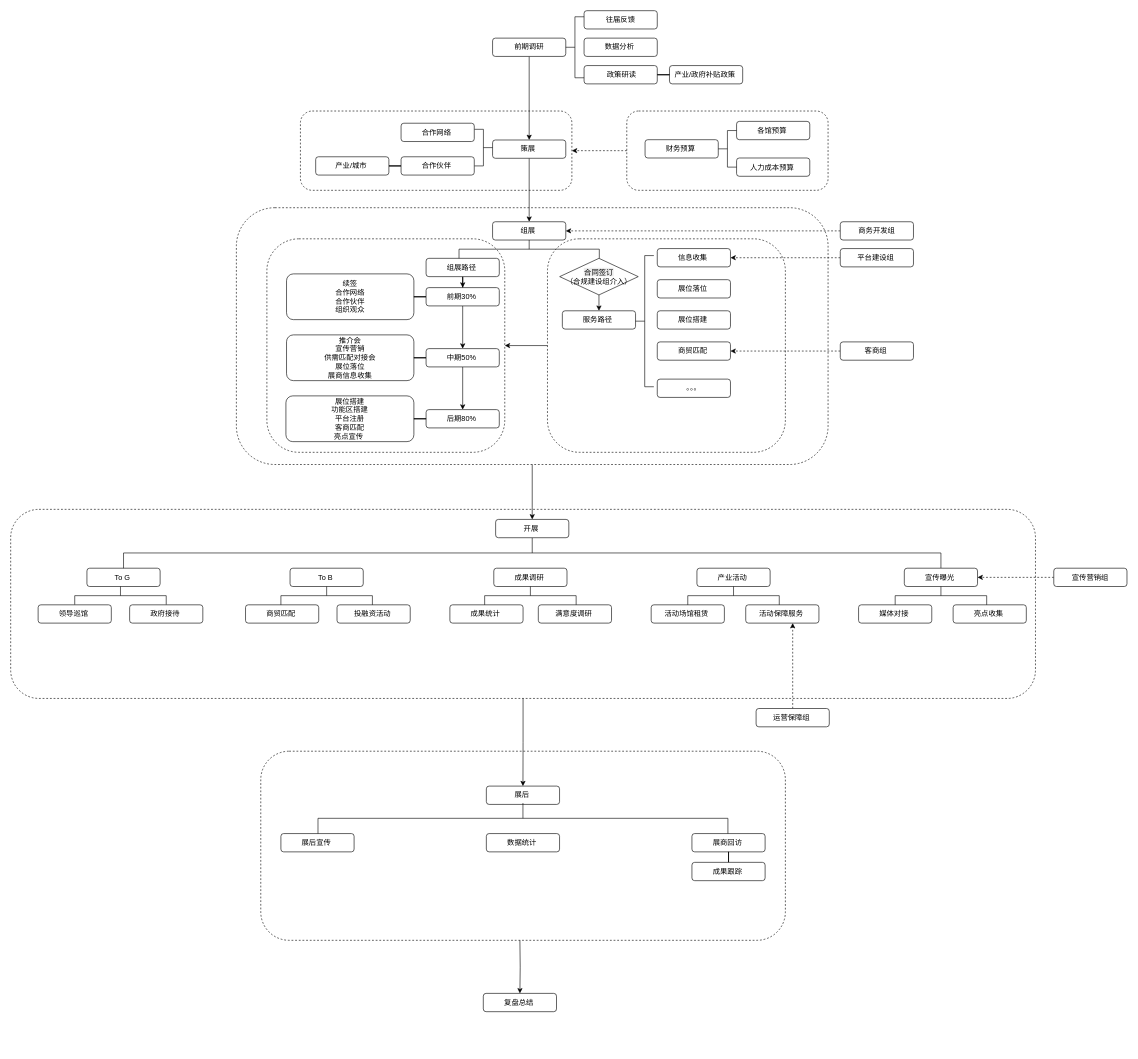
Qikiiii/Agent-Reach keeps this draw.io diagram as 未命名绘图.drawio. Above is the earlier version. Source tidied: cells renumbered, new cells numbered last; positions are measured from the earlier drawing's top-left corner, leaving out a move shared by most shapes. Both pictures are drawn from the tidied source at 61%, with x=0, y=0 at pixel (10, 10).
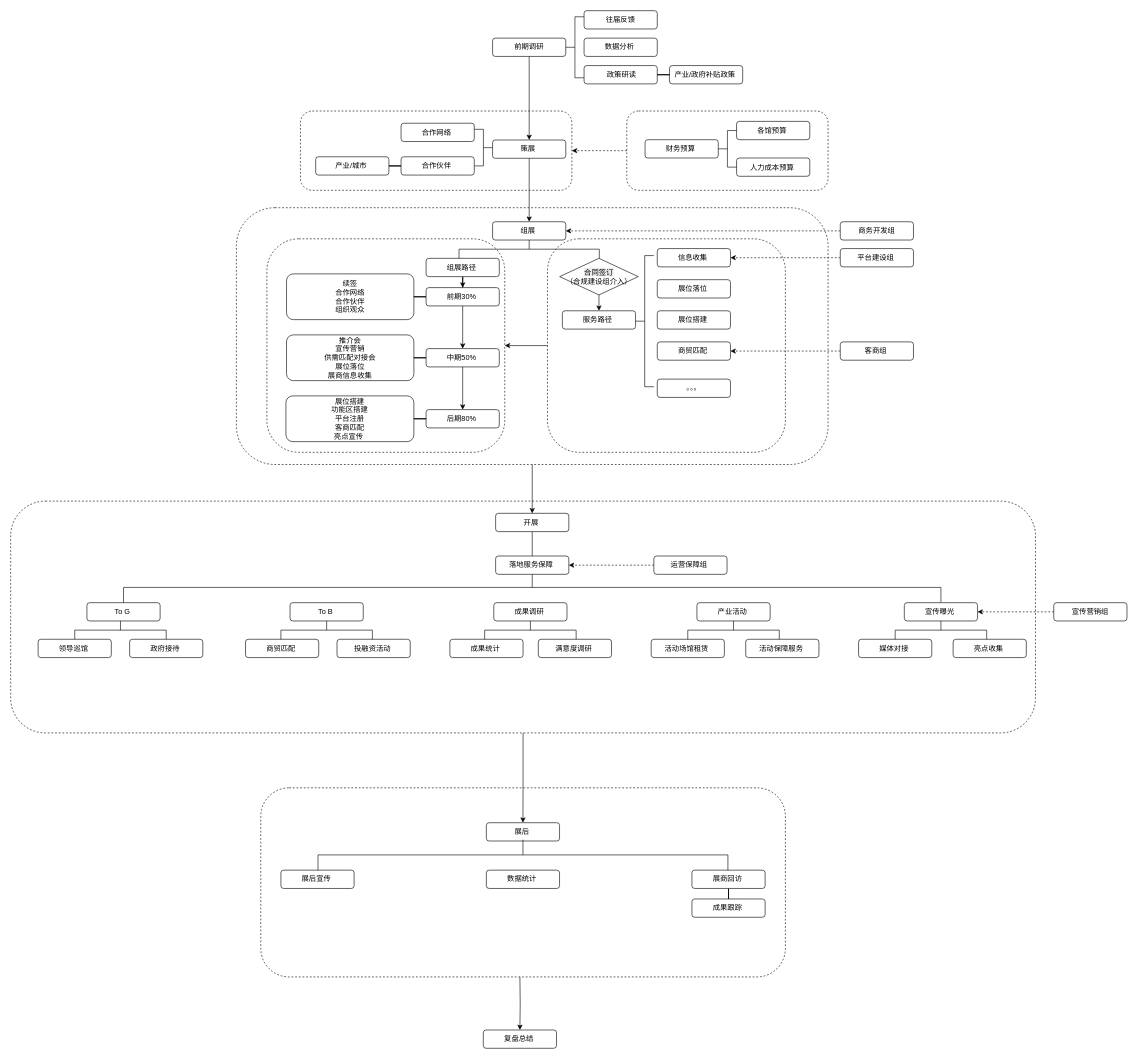
Above is the later version.

Commit message (it also covers changes not shown here):
更新未命名绘图.drawio

Change to the diagram source:
```diff
@@
     <mxCell id="2" style="rounded=1;whiteSpace=wrap;html=1;roundedPerimeter=1;fillColor=none;dashed=1;rotation=360;" parent="1" vertex="1">
-      <mxGeometry x="410" y="1214" width="860" height="310" as="geometry" />
+      <mxGeometry x="410" y="1274" width="860" height="310" as="geometry" />
     </mxCell>
     <mxCell id="3" style="rounded=1;whiteSpace=wrap;html=1;roundedPerimeter=1;fillColor=none;dashed=1;rotation=360;" parent="1" vertex="1">
-      <mxGeometry y="817.5" width="1680" height="310" as="geometry" />
+      <mxGeometry y="804" width="1680" height="380" as="geometry" />
     </mxCell>
@@
     <mxCell id="9" value="To G&amp;nbsp;" style="rounded=1;whiteSpace=wrap;html=1;" parent="1" vertex="1">
-      <mxGeometry x="125" y="914" width="120" height="30" as="geometry" />
+      <mxGeometry x="125" y="970.5" width="120" height="30" as="geometry" />
     </mxCell>
     <mxCell id="10" value="To B&amp;nbsp;" style="rounded=1;whiteSpace=wrap;html=1;" parent="1" vertex="1">
-      <mxGeometry x="458" y="914" width="120" height="30" as="geometry" />
+      <mxGeometry x="458" y="970.5" width="120" height="30" as="geometry" />
     </mxCell>
     <mxCell id="11" style="strokeWidth=1;html=1;shape=mxgraph.flowchart.annotation_2;align=left;labelPosition=right;labelPerimeter=1;direction=south;" parent="1" vertex="1">
-      <mxGeometry x="185" y="864" width="1340" height="50" as="geometry" />
+      <mxGeometry x="185" y="920.5" width="1340" height="50" as="geometry" />
     </mxCell>
     <mxCell id="12" value="商贸匹配&amp;nbsp;" style="rounded=1;whiteSpace=wrap;html=1;" parent="1" vertex="1">
-      <mxGeometry x="385" y="974" width="120" height="30" as="geometry" />
+      <mxGeometry x="385" y="1030.5" width="120" height="30" as="geometry" />
     </mxCell>
     <mxCell id="13" value="投融资活动&amp;nbsp;" style="rounded=1;whiteSpace=wrap;html=1;" parent="1" vertex="1">
-      <mxGeometry x="535" y="974" width="120" height="30" as="geometry" />
+      <mxGeometry x="535" y="1030.5" width="120" height="30" as="geometry" />
     </mxCell>
     <mxCell id="14" style="strokeWidth=1;html=1;shape=mxgraph.flowchart.annotation_2;align=left;labelPosition=right;labelPerimeter=1;direction=south;" parent="1" vertex="1">
-      <mxGeometry x="105" y="944" width="150" height="30" as="geometry" />
+      <mxGeometry x="105" y="1000.5" width="150" height="30" as="geometry" />
     </mxCell>
     <mxCell id="15" value="领导巡馆&amp;nbsp;" style="rounded=1;whiteSpace=wrap;html=1;" parent="1" vertex="1">
-      <mxGeometry x="45" y="974" width="120" height="30" as="geometry" />
+      <mxGeometry x="45" y="1030.5" width="120" height="30" as="geometry" />
     </mxCell>
     <mxCell id="16" value="政府接待&amp;nbsp;" style="rounded=1;whiteSpace=wrap;html=1;" parent="1" vertex="1">
-      <mxGeometry x="195" y="974" width="120" height="30" as="geometry" />
+      <mxGeometry x="195" y="1030.5" width="120" height="30" as="geometry" />
     </mxCell>
     <mxCell id="17" value="成果调研&amp;nbsp;" style="rounded=1;whiteSpace=wrap;html=1;" parent="1" vertex="1">
-      <mxGeometry x="792" y="914" width="120" height="30" as="geometry" />
+      <mxGeometry x="792" y="970.5" width="120" height="30" as="geometry" />
     </mxCell>
     <mxCell id="18" value="成果统计&amp;nbsp;" style="rounded=1;whiteSpace=wrap;html=1;" parent="1" vertex="1">
-      <mxGeometry x="720" y="974" width="120" height="30" as="geometry" />
+      <mxGeometry x="720" y="1030.5" width="120" height="30" as="geometry" />
     </mxCell>
     <mxCell id="19" value="满意度调研&amp;nbsp;" style="rounded=1;whiteSpace=wrap;html=1;" parent="1" vertex="1">
-      <mxGeometry x="865" y="974" width="120" height="30" as="geometry" />
+      <mxGeometry x="865" y="1030.5" width="120" height="30" as="geometry" />
     </mxCell>
     <mxCell id="20" value="&lt;div&gt;产业活动&amp;nbsp;&lt;br&gt;&lt;/div&gt;" style="rounded=1;whiteSpace=wrap;html=1;" parent="1" vertex="1">
-      <mxGeometry x="1125" y="914" width="120" height="30" as="geometry" />
+      <mxGeometry x="1125" y="970.5" width="120" height="30" as="geometry" />
     </mxCell>
     <mxCell id="21" value="活动场馆租赁&amp;nbsp;" style="rounded=1;whiteSpace=wrap;html=1;" parent="1" vertex="1">
-      <mxGeometry x="1050" y="974" width="120" height="30" as="geometry" />
+      <mxGeometry x="1050" y="1030.5" width="120" height="30" as="geometry" />
     </mxCell>
     <mxCell id="22" value="活动保障服务&amp;nbsp;" style="rounded=1;whiteSpace=wrap;html=1;" parent="1" vertex="1">
-      <mxGeometry x="1205" y="974" width="120" height="30" as="geometry" />
+      <mxGeometry x="1205" y="1030.5" width="120" height="30" as="geometry" />
     </mxCell>
     <mxCell id="23" style="strokeWidth=1;html=1;shape=mxgraph.flowchart.annotation_2;align=left;labelPosition=right;labelPerimeter=1;direction=south;" parent="1" vertex="1">
-      <mxGeometry x="443" y="944" width="150" height="30" as="geometry" />
+      <mxGeometry x="443" y="1000.5" width="150" height="30" as="geometry" />
     </mxCell>
     <mxCell id="24" style="strokeWidth=1;html=1;shape=mxgraph.flowchart.annotation_2;align=left;labelPosition=right;labelPerimeter=1;direction=south;" parent="1" vertex="1">
-      <mxGeometry x="777" y="944" width="150" height="30" as="geometry" />
+      <mxGeometry x="777" y="1000.5" width="150" height="30" as="geometry" />
     </mxCell>
     <mxCell id="25" value=" " style="strokeWidth=1;html=1;shape=mxgraph.flowchart.annotation_2;align=left;labelPosition=right;labelPerimeter=1;direction=south;" parent="1" vertex="1">
-      <mxGeometry x="1110" y="944" width="150" height="30" as="geometry" />
+      <mxGeometry x="1110" y="1000.5" width="150" height="30" as="geometry" />
     </mxCell>
@@
+    <mxCell id="99" style="edgeStyle=orthogonalEdgeStyle;rounded=0;jettySize=auto;html=1;defaultLabelBackgroundColor=page;endArrow=none;endFill=0;" parent="1" edge="1" source="73" target="100">
+      <mxGeometry relative="1" as="geometry" />
+    </mxCell>
     <mxCell id="73" value="开展&amp;nbsp;" style="rounded=1;whiteSpace=wrap;html=1;" parent="1" vertex="1">
-      <mxGeometry x="795" y="834" width="120" height="30" as="geometry" />
+      <mxGeometry x="795" y="824" width="120" height="30" as="geometry" />
     </mxCell>
@@
     <mxCell id="75" value="展后&amp;nbsp;" style="rounded=1;whiteSpace=wrap;html=1;" parent="1" vertex="1">
-      <mxGeometry x="779.8" y="1271.2" width="120" height="30" as="geometry" />
+      <mxGeometry x="779.8" y="1331.2" width="120" height="30" as="geometry" />
     </mxCell>
@@
     <mxCell id="77" value="展后宣传&amp;nbsp;" style="rounded=1;whiteSpace=wrap;html=1;flipV=1;legacyAnchorPoints=0;" parent="1" vertex="1">
-      <mxGeometry x="443" y="1349" width="120" height="30" as="geometry" />
+      <mxGeometry x="443" y="1409" width="120" height="30" as="geometry" />
     </mxCell>
     <mxCell id="78" value="数据统计&amp;nbsp;" style="rounded=1;whiteSpace=wrap;html=1;flipV=1;legacyAnchorPoints=0;" parent="1" vertex="1">
-      <mxGeometry x="779.8" y="1349" width="120" height="30" as="geometry" />
+      <mxGeometry x="779.8" y="1409" width="120" height="30" as="geometry" />
     </mxCell>
@@
     <mxCell id="80" value="展商回访&amp;nbsp;" style="rounded=1;whiteSpace=wrap;html=1;flipV=1;legacyAnchorPoints=0;" parent="1" vertex="1">
-      <mxGeometry x="1116.8" y="1349" width="120" height="30" as="geometry" />
+      <mxGeometry x="1116.8" y="1409" width="120" height="30" as="geometry" />
     </mxCell>
     <mxCell id="81" value="成果跟踪&amp;nbsp;" style="rounded=1;whiteSpace=wrap;html=1;flipV=1;legacyAnchorPoints=0;" parent="1" vertex="1">
-      <mxGeometry x="1116.8" y="1396.2" width="120" height="30" as="geometry" />
+      <mxGeometry x="1116.8" y="1456.2" width="120" height="30" as="geometry" />
     </mxCell>
     <mxCell id="82" value="复盘总结&amp;nbsp;" style="rounded=1;whiteSpace=wrap;html=1;flipV=1;legacyAnchorPoints=0;" parent="1" vertex="1">
-      <mxGeometry x="774.8" y="1611" width="120" height="30" as="geometry" />
+      <mxGeometry x="774.8" y="1671" width="120" height="30" as="geometry" />
     </mxCell>
     <mxCell id="83" style="strokeWidth=1;html=1;shape=mxgraph.flowchart.annotation_2;align=left;labelPosition=right;labelPerimeter=1;direction=south;" parent="1" vertex="1">
-      <mxGeometry x="503.8" y="1299" width="672" height="50" as="geometry" />
+      <mxGeometry x="503.8" y="1359" width="672" height="50" as="geometry" />
     </mxCell>
     <mxCell id="84" style="edgeStyle=orthogonalEdgeStyle;rounded=0;jettySize=auto;html=1;defaultLabelBackgroundColor=page;" parent="1" edge="1" target="82">
       <mxGeometry relative="1" as="geometry">
-        <mxPoint x="834.8" y="1524" as="sourcePoint" />
+        <mxPoint x="834.8" y="1584" as="sourcePoint" />
       </mxGeometry>
     </mxCell>
-    <mxCell id="85" style="edgeStyle=orthogonalEdgeStyle;rounded=0;jettySize=auto;html=1;defaultLabelBackgroundColor=page;dashed=1;exitX=0.5;exitY=0;exitDx=0;exitDy=0;" parent="1" edge="1" source="86" target="22">
-      <mxGeometry x="0.15" relative="1" as="geometry">
-        <Array as="points">
-          <mxPoint x="1282" y="1094" />
-          <mxPoint x="1282" y="1094" />
-        </Array>
-      </mxGeometry>
-    </mxCell>
-    <mxCell id="86" value="运营保障组&amp;nbsp;" style="rounded=1;whiteSpace=wrap;html=1;" parent="1" vertex="1">
-      <mxGeometry x="1222" y="1144" width="120" height="30" as="geometry" />
-    </mxCell>
     <mxCell id="87" value="宣传曝光&amp;nbsp;" style="rounded=1;whiteSpace=wrap;html=1;" parent="1" vertex="1">
-      <mxGeometry x="1465" y="914" width="120" height="30" as="geometry" />
+      <mxGeometry x="1465" y="970.5" width="120" height="30" as="geometry" />
     </mxCell>
     <mxCell id="88" value="媒体对接&amp;nbsp;" style="rounded=1;whiteSpace=wrap;html=1;" parent="1" vertex="1">
-      <mxGeometry x="1390" y="974" width="120" height="30" as="geometry" />
+      <mxGeometry x="1390" y="1030.5" width="120" height="30" as="geometry" />
     </mxCell>
     <mxCell id="89" value="亮点收集&amp;nbsp;" style="rounded=1;whiteSpace=wrap;html=1;" parent="1" vertex="1">
-      <mxGeometry x="1545" y="974" width="120" height="30" as="geometry" />
+      <mxGeometry x="1545" y="1030.5" width="120" height="30" as="geometry" />
     </mxCell>
     <mxCell id="90" value=" " style="strokeWidth=1;html=1;shape=mxgraph.flowchart.annotation_2;align=left;labelPosition=right;labelPerimeter=1;direction=south;" parent="1" vertex="1">
-      <mxGeometry x="1450" y="944" width="150" height="30" as="geometry" />
+      <mxGeometry x="1450" y="1000.5" width="150" height="30" as="geometry" />
     </mxCell>
@@
     <mxCell id="96" value="宣传营销组" style="whiteSpace=wrap;html=1;rounded=1;rotation=360;" parent="1" vertex="1">
-      <mxGeometry x="1710" y="914" width="120" height="30" as="geometry" />
+      <mxGeometry x="1710" y="970.5" width="120" height="30" as="geometry" />
     </mxCell>
@@
+    <mxCell id="100" value="落地服务保障&amp;nbsp;" style="rounded=1;whiteSpace=wrap;html=1;" parent="1" vertex="1">
+      <mxGeometry x="795" y="894" width="120" height="30" as="geometry" />
+    </mxCell>
+    <mxCell id="101" style="edgeStyle=orthogonalEdgeStyle;rounded=0;jettySize=auto;html=1;entryX=1;entryY=0.5;entryDx=0;entryDy=0;defaultLabelBackgroundColor=page;dashed=1;" parent="1" edge="1" source="86" target="100">
+      <mxGeometry relative="1" as="geometry" />
+    </mxCell>
+    <mxCell id="86" value="运营保障组&amp;nbsp;" style="rounded=1;whiteSpace=wrap;html=1;" parent="1" vertex="1">
+      <mxGeometry x="1054.4" y="894" width="120" height="30" as="geometry" />
+    </mxCell>
```
